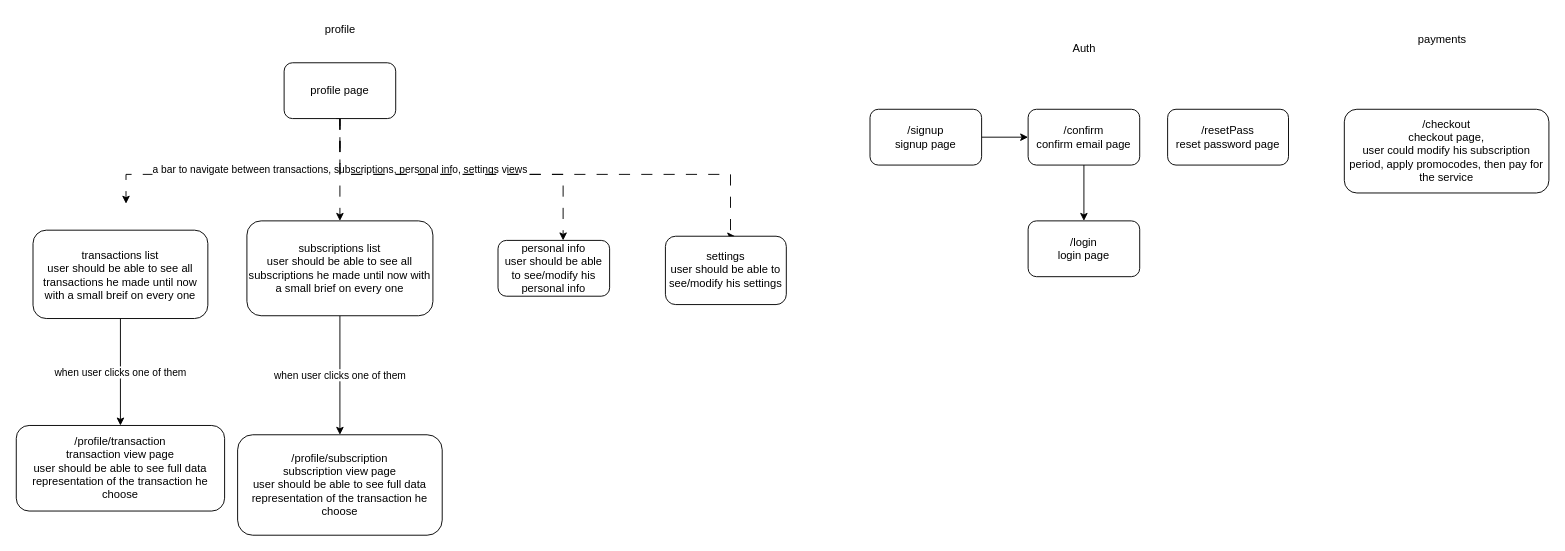
Above: page "sitemap" (6 of 6) of pamylka.com.drawio in ahmed-elbehairy7/pamylka-system-design (draw.io), before the change. Source tidied: cells renumbered, new cells numbered last; positions are measured from the earlier drawing's top-left corner, leaving out a move shared by most shapes. Both pictures are drawn from the tidied source at 93%, with x=0, y=0 at pixel (16, 16).
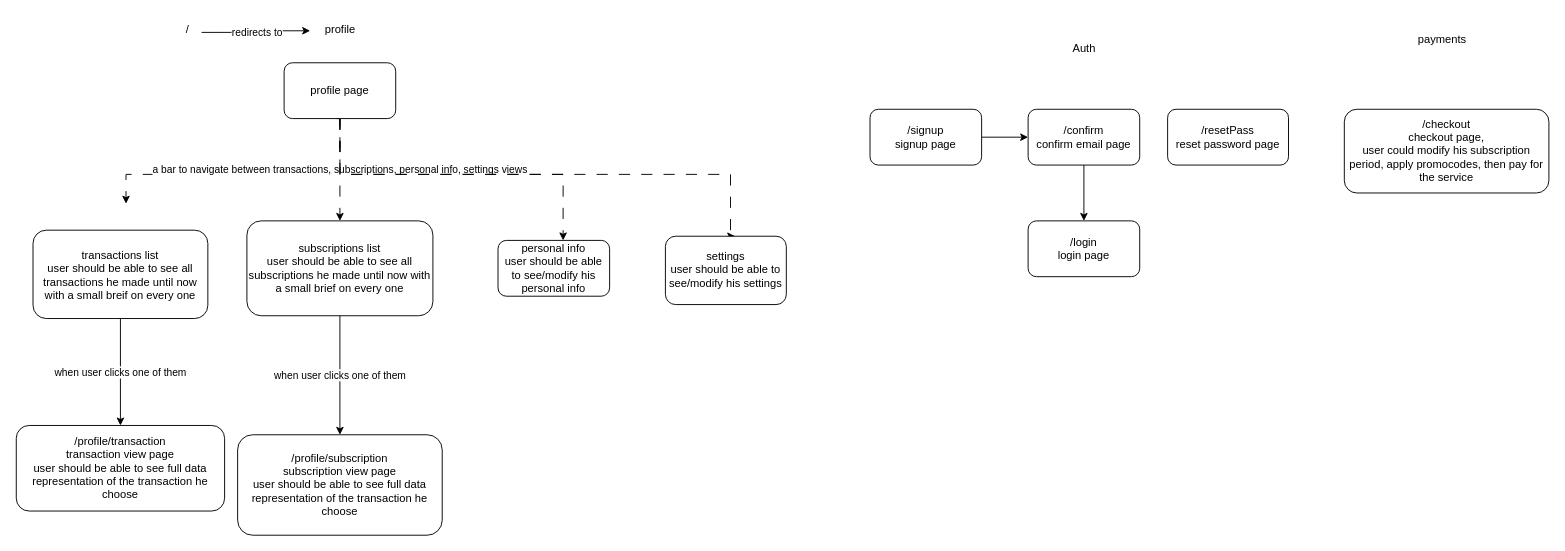
After the change.

Unchanged cells that the change refers to:
```xml
<mxCell id="19" value="profile" style="text;html=1;align=center;verticalAlign=middle;points=[];strokeColor=none;fillColor=none;" parent="1" vertex="1">
  <mxGeometry x="318" width="60" height="30" as="geometry" />
</mxCell>
```

Diff of the diagram source:
```diff
@@
+    <mxCell id="25" value="/" style="text;html=1;align=center;verticalAlign=middle;points=[];strokeColor=none;fillColor=none;" parent="1" vertex="1">
+      <mxGeometry x="169" width="30" height="30" as="geometry" />
+    </mxCell>
+    <mxCell id="26" value="redirects to" style="edgeStyle=orthogonalEdgeStyle;rounded=0;jettySize=auto;html=1;entryX=-0.033;entryY=0.52;entryDx=0;entryDy=0;entryPerimeter=0;exitX=1.008;exitY=0.578;exitDx=0;exitDy=0;exitPerimeter=0;" parent="1" edge="1" source="25" target="19">
+      <mxGeometry relative="1" as="geometry" />
+    </mxCell>
```
